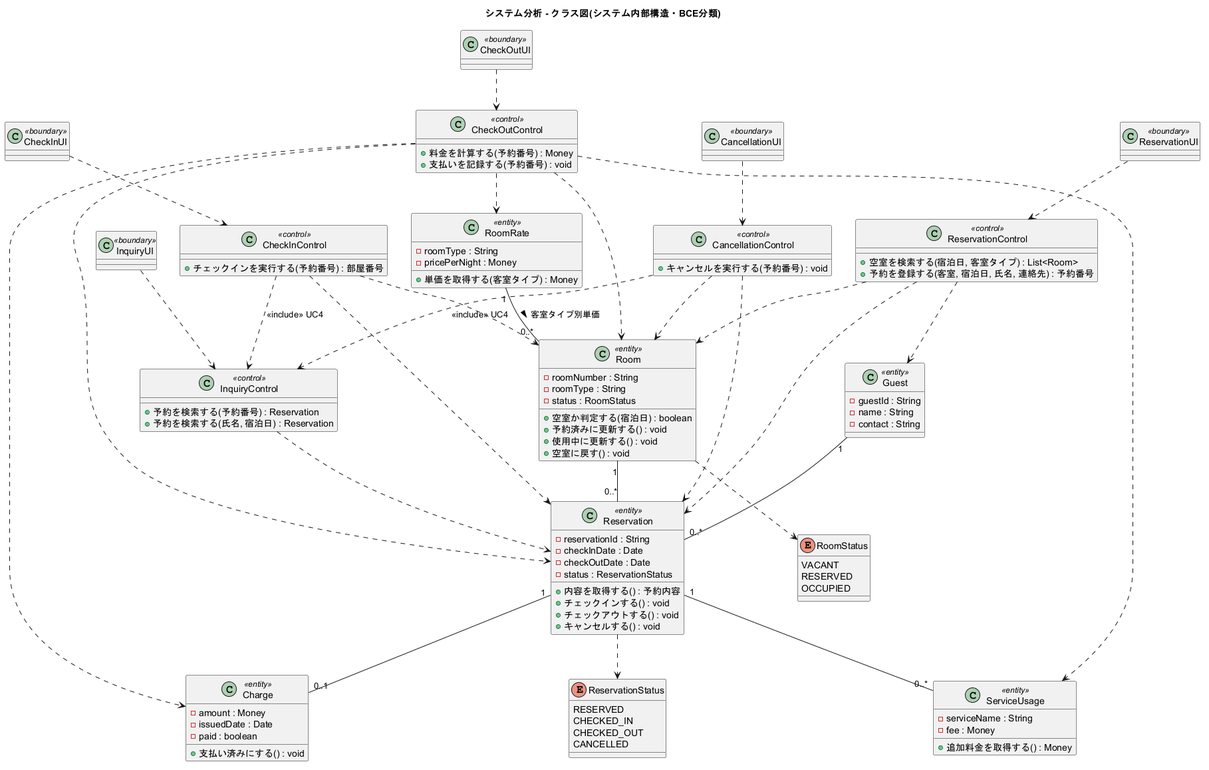
This is docs/diagrams/system_class_diagram.png from doguto/waseda-hrs, a PlantUML export, as it was before one commit. The source it was exported from:
```plantuml
@startuml system_class_diagram
title システム分析 - クラス図(システム内部構造・BCE分類)


class ReservationUI <<boundary>>
class InquiryUI <<boundary>>
class CheckInUI <<boundary>>
class CheckOutUI <<boundary>>
class CancellationUI <<boundary>>

class ReservationControl <<control>> {
  +空室を検索する(宿泊日, 客室タイプ) : List<Room>
  +予約を登録する(客室, 宿泊日, 氏名, 連絡先) : 予約番号
}
class InquiryControl <<control>> {
  +予約を検索する(予約番号) : Reservation
  +予約を検索する(氏名, 宿泊日) : Reservation
}
class CheckInControl <<control>> {
  +チェックインを実行する(予約番号) : 部屋番号
}
class CheckOutControl <<control>> {
  +料金を計算する(予約番号) : Money
  +支払いを記録する(予約番号) : void
}
class CancellationControl <<control>> {
  +キャンセルを実行する(予約番号) : void
}

class Guest <<entity>> {
  -guestId : String
  -name : String
  -contact : String
}
class Reservation <<entity>> {
  -reservationId : String
  -checkInDate : Date
  -checkOutDate : Date
  -status : ReservationStatus
  +内容を取得する() : 予約内容
  +チェックインする() : void
  +チェックアウトする() : void
  +キャンセルする() : void
}
class Room <<entity>> {
  -roomNumber : String
  -roomType : String
  -status : RoomStatus
  +空室か判定する(宿泊日) : boolean
  +予約済みに更新する() : void
  +使用中に更新する() : void
  +空室に戻す() : void
}
class RoomRate <<entity>> {
  -roomType : String
  -pricePerNight : Money
  +単価を取得する(客室タイプ) : Money
}
class ServiceUsage <<entity>> {
  -serviceName : String
  -fee : Money
  +追加料金を取得する() : Money
}
class Charge <<entity>> {
  -amount : Money
  -issuedDate : Date
  -paid : boolean
  +支払い済みにする() : void
}

enum RoomStatus {
  VACANT
  RESERVED
  OCCUPIED
}
enum ReservationStatus {
  RESERVED
  CHECKED_IN
  CHECKED_OUT
  CANCELLED
}

Guest "1" -- "0..*" Reservation
Room "1" -- "0..*" Reservation
Reservation "1" -- "0..1" Charge
Reservation "1" -- "0..*" ServiceUsage
RoomRate "1" -- "0..*" Room : 客室タイプ別単価 >
Room ..> RoomStatus
Reservation ..> ReservationStatus

ReservationUI ..> ReservationControl
InquiryUI ..> InquiryControl
CheckInUI ..> CheckInControl
CheckOutUI ..> CheckOutControl
CancellationUI ..> CancellationControl

CheckInControl ..> InquiryControl : <<include>> UC4
CancellationControl ..> InquiryControl : <<include>> UC4

ReservationControl ..> Room
ReservationControl ..> Guest
ReservationControl ..> Reservation
InquiryControl ..> Reservation
CheckInControl ..> Reservation
CheckInControl ..> Room
CheckOutControl ..> Reservation
CheckOutControl ..> RoomRate
CheckOutControl ..> ServiceUsage
CheckOutControl ..> Charge
CheckOutControl ..> Room
CancellationControl ..> Reservation
CancellationControl ..> Room

@enduml
```
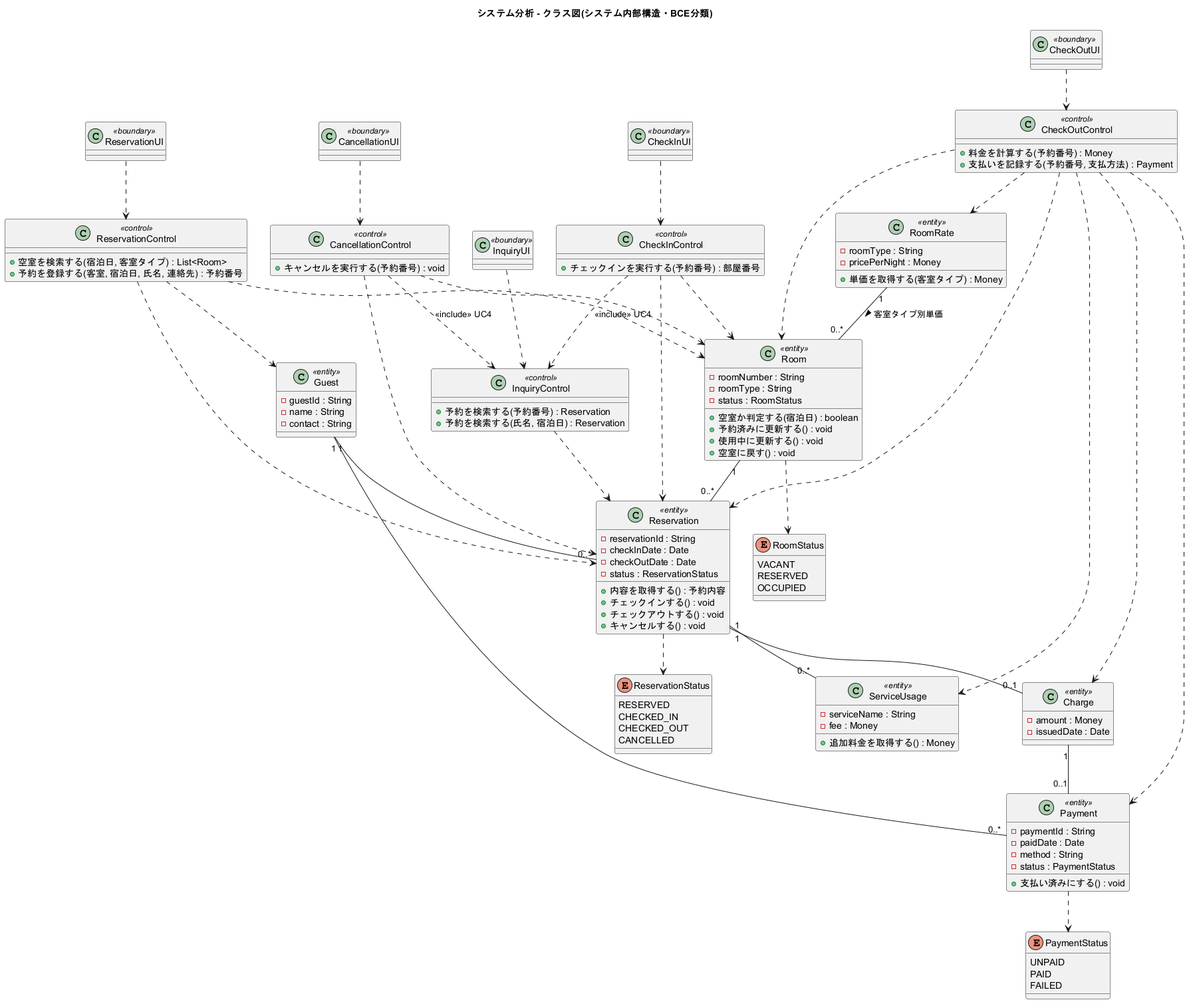
The same file after the commit.

Diff of the diagram source:
```diff
@@ -21,7 +21,7 @@
 }
 class CheckOutControl <<control>> {
   +料金を計算する(予約番号) : Money
-  +支払いを記録する(予約番号) : void
+  +支払いを記録する(予約番号, 支払方法) : Payment
 }
 class CancellationControl <<control>> {
   +キャンセルを実行する(予約番号) : void
@@ -64,7 +64,12 @@
 class Charge <<entity>> {
   -amount : Money
   -issuedDate : Date
-  -paid : boolean
+}
+class Payment <<entity>> {
+  -paymentId : String
+  -paidDate : Date
+  -method : String
+  -status : PaymentStatus
   +支払い済みにする() : void
 }
 
@@ -79,14 +84,22 @@
   CHECKED_OUT
   CANCELLED
 }
+enum PaymentStatus {
+  UNPAID
+  PAID
+  FAILED
+}
 
 Guest "1" -- "0..*" Reservation
+Guest "1" -- "0..*" Payment
 Room "1" -- "0..*" Reservation
 Reservation "1" -- "0..1" Charge
+Charge "1" -- "0..1" Payment
 Reservation "1" -- "0..*" ServiceUsage
 RoomRate "1" -- "0..*" Room : 客室タイプ別単価 >
 Room ..> RoomStatus
 Reservation ..> ReservationStatus
+Payment ..> PaymentStatus
 
 ReservationUI ..> ReservationControl
 InquiryUI ..> InquiryControl
@@ -107,6 +120,7 @@
 CheckOutControl ..> RoomRate
 CheckOutControl ..> ServiceUsage
 CheckOutControl ..> Charge
+CheckOutControl ..> Payment
 CheckOutControl ..> Room
 CancellationControl ..> Reservation
 CancellationControl ..> Room
```
